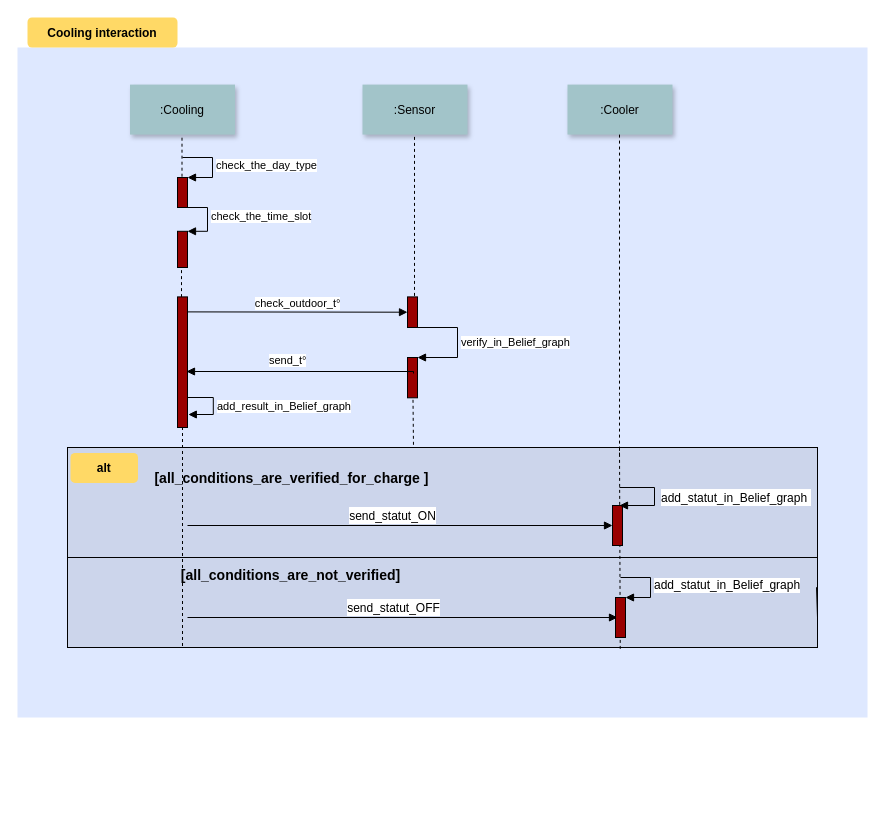
Earlier version of the draw.io diagram page "Page-1" (1 of 3) of Untitled Diagram.drawio (MiriamZawadi/-checs). Source tidied: cells renumbered, new cells numbered last; positions are measured from the earlier drawing's top-left corner, leaving out a move shared by most shapes. Both pictures are drawn from the tidied source at 100%, with x=0, y=0 at pixel (17, 17).
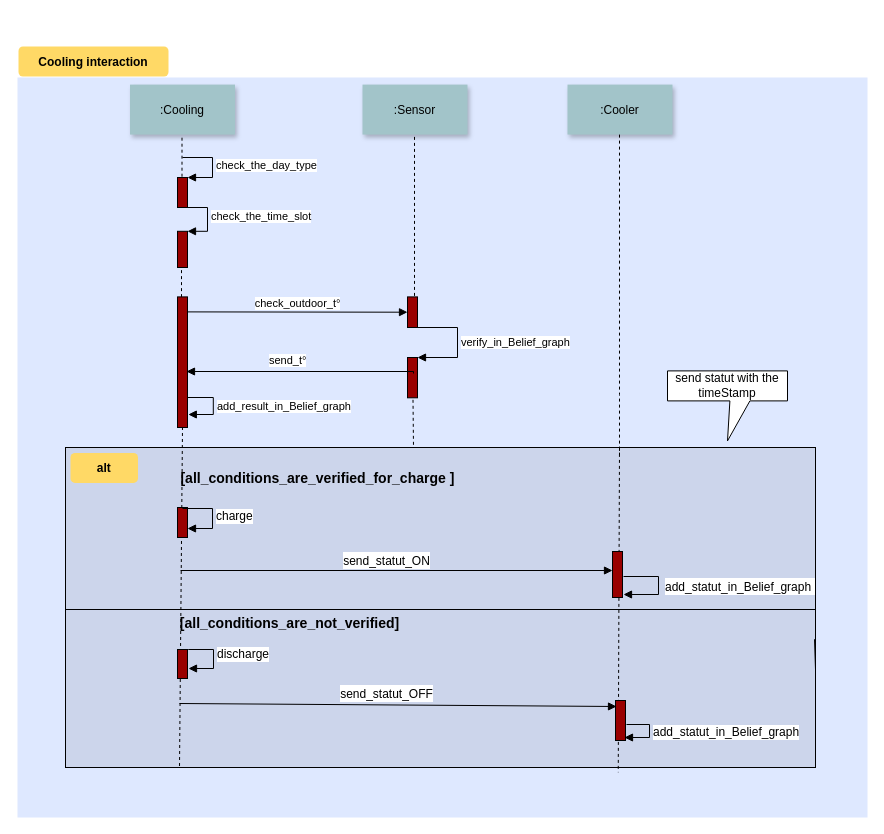
The same diagram, later.

What changed in the source:
```diff
@@
     <mxCell id="2" style="fillColor=#DEE8FF;strokeColor=none;" parent="1" vertex="1">
-      <mxGeometry y="30" width="850" height="670" as="geometry" />
+      <mxGeometry y="60" width="850" height="740" as="geometry" />
     </mxCell>
     <mxCell id="3" style="fillColor=#CCD5EB;" parent="1" vertex="1">
-      <mxGeometry x="50" y="430" width="750" height="200" as="geometry" />
+      <mxGeometry x="48" y="430" width="750" height="320" as="geometry" />
     </mxCell>
@@
     <mxCell id="9" value="Cooling interaction" style="rounded=1;fontStyle=1;fillColor=#FFD966;strokeColor=none;" parent="1" vertex="1">
-      <mxGeometry x="10" width="150" height="30" as="geometry" />
+      <mxGeometry x="1" y="29" width="150" height="30" as="geometry" />
     </mxCell>
@@
     <mxCell id="23" value="&lt;h1&gt;&lt;font style=&quot;font-size: 14px;&quot;&gt;&lt;span style=&quot;white-space: pre;&quot;&gt; &lt;span style=&quot;white-space: pre;&quot;&gt; &lt;/span&gt;&lt;/span&gt;[all_conditions_are_verified_for_charge ]&lt;/font&gt;&lt;/h1&gt;" style="text;html=1;align=center;verticalAlign=middle;fillColor=none;strokeColor=none;rounded=0;" parent="1" vertex="1">
-      <mxGeometry x="90" y="423.4" width="360" height="70" as="geometry" />
+      <mxGeometry x="116" y="423.4" width="360" height="70" as="geometry" />
     </mxCell>
-    <mxCell id="24" style="edgeStyle=none;endArrow=none;dashed=1;" parent="1" edge="1">
+    <mxCell id="24" style="edgeStyle=none;endArrow=none;dashed=1;entryX=0.152;entryY=1.003;entryDx=0;entryDy=0;entryPerimeter=0;" parent="1" edge="1" target="3">
       <mxGeometry x="74.3" y="454.5" as="geometry">
         <mxPoint x="165" y="409.5" as="sourcePoint" />
-        <mxPoint x="165" y="630" as="targetPoint" />
       </mxGeometry>
     </mxCell>
@@
-    <mxCell id="26" style="html=1;verticalAlign=bottom;endArrow=block;rounded=0;fontSize=14;fillColor=#990000;" parent="1" edge="1" target="34">
+    <mxCell id="26" style="html=1;verticalAlign=bottom;endArrow=block;rounded=0;fontSize=14;fillColor=#990000;" parent="1" edge="1">
       <mxGeometry relative="1" as="geometry">
-        <mxPoint x="170" y="508" as="sourcePoint" />
+        <mxPoint x="163" y="553" as="sourcePoint" />
+        <mxPoint x="595" y="553" as="targetPoint" />
       </mxGeometry>
     </mxCell>
@@
     <mxCell id="30" style="endArrow=none;html=1;edgeStyle=orthogonalEdgeStyle;rounded=0;fontSize=12;fillColor=#990000;" parent="1" edge="1">
       <mxGeometry relative="1" as="geometry">
-        <mxPoint x="50" y="540" as="sourcePoint" />
-        <mxPoint x="800" y="600" as="targetPoint" />
+        <mxPoint x="48" y="592" as="sourcePoint" />
+        <mxPoint x="798" y="652" as="targetPoint" />
         <Array as="points">
-          <mxPoint x="800" y="540" />
-          <mxPoint x="800" y="570" />
-          <mxPoint x="799" y="570" />
+          <mxPoint x="798" y="592" />
+          <mxPoint x="798" y="622" />
+          <mxPoint x="797" y="622" />
         </Array>
       </mxGeometry>
     </mxCell>
     <mxCell id="31" value="&lt;h1&gt;&lt;font style=&quot;font-size: 14px;&quot;&gt;[all_conditions_are_not_verified]&lt;/font&gt;&lt;/h1&gt;" style="text;html=1;align=center;verticalAlign=middle;fillColor=none;strokeColor=none;rounded=0;fontSize=12;" parent="1" vertex="1">
-      <mxGeometry x="153" y="520" width="240" height="70" as="geometry" />
+      <mxGeometry x="152" y="568" width="240" height="70" as="geometry" />
     </mxCell>
     <mxCell id="32" style="html=1;verticalAlign=bottom;endArrow=block;rounded=0;fontSize=14;fillColor=#990000;" parent="1" edge="1">
       <mxGeometry relative="1" as="geometry">
-        <mxPoint x="170" y="600" as="sourcePoint" />
-        <mxPoint x="600" y="600" as="targetPoint" />
+        <mxPoint x="162" y="686" as="sourcePoint" />
+        <mxPoint x="599" y="689" as="targetPoint" />
       </mxGeometry>
     </mxCell>
@@
-    <mxCell id="34" style="html=1;points=[];perimeter=orthogonalPerimeter;fontSize=14;strokeColor=#000000;fillColor=#990000;" parent="1" vertex="1">
-      <mxGeometry x="595" y="488" width="10" height="40" as="geometry" />
-    </mxCell>
     <mxCell id="35" style="html=1;perimeter=orthogonalPerimeter;fontSize=14;strokeColor=#000000;fillColor=#990000;" parent="1" vertex="1">
-      <mxGeometry x="595" y="488" width="10" height="40" as="geometry" />
+      <mxGeometry x="595" y="534" width="10" height="46" as="geometry" />
     </mxCell>
     <mxCell id="36" value="&lt;font style=&quot;font-size: 12px;&quot;&gt;add_statut_in_Belief_graph&lt;/font&gt;&amp;nbsp;" style="edgeStyle=orthogonalEdgeStyle;html=1;align=left;spacingLeft=2;endArrow=block;rounded=0;entryX=1;entryY=0;fontSize=14;fillColor=#990000;" parent="1" edge="1">
       <mxGeometry x="0.02" y="3" relative="1" as="geometry">
-        <mxPoint x="602" y="470" as="sourcePoint" />
-        <mxPoint x="602" y="488" as="targetPoint" />
+        <mxPoint x="606" y="559" as="sourcePoint" />
+        <mxPoint x="606" y="577" as="targetPoint" />
         <Array as="points">
-          <mxPoint x="637" y="470" />
-          <mxPoint x="637" y="488" />
+          <mxPoint x="641" y="559" />
+          <mxPoint x="641" y="577" />
         </Array>
       </mxGeometry>
     </mxCell>
     <mxCell id="37" style="html=1;points=[];perimeter=orthogonalPerimeter;fontSize=12;strokeColor=#000000;fillColor=#990000;" parent="1" vertex="1">
-      <mxGeometry x="598" y="580" width="10" height="40" as="geometry" />
+      <mxGeometry x="598" y="683" width="10" height="40" as="geometry" />
     </mxCell>
-    <mxCell id="38" value="add_statut_in_Belief_graph" style="edgeStyle=orthogonalEdgeStyle;html=1;align=left;spacingLeft=2;endArrow=block;rounded=0;entryX=1;entryY=0;fontSize=12;fillColor=#990000;" parent="1" edge="1" target="37">
+    <mxCell id="38" value="add_statut_in_Belief_graph" style="edgeStyle=orthogonalEdgeStyle;html=1;align=left;spacingLeft=2;endArrow=block;rounded=0;entryX=1;entryY=0;fontSize=12;fillColor=#990000;" parent="1" edge="1">
       <mxGeometry relative="1" as="geometry">
-        <mxPoint x="603" y="560" as="sourcePoint" />
+        <mxPoint x="609" y="707" as="sourcePoint" />
+        <mxPoint x="607" y="720" as="targetPoint" />
         <Array as="points">
-          <mxPoint x="633" y="560" />
+          <mxPoint x="632" y="707" />
+          <mxPoint x="632" y="720" />
         </Array>
       </mxGeometry>
     </mxCell>
+    <mxCell id="39" style="html=1;perimeter=orthogonalPerimeter;fillColor=#990000;" parent="1" vertex="1">
+      <mxGeometry x="160" y="632" width="10" height="29" as="geometry" />
+    </mxCell>
+    <mxCell id="40" value="&lt;font style=&quot;font-size: 12px;&quot;&gt;discharge&lt;/font&gt;" style="edgeStyle=orthogonalEdgeStyle;html=1;align=left;spacingLeft=2;endArrow=block;rounded=0;entryX=1;entryY=0;" parent="1" edge="1">
+      <mxGeometry relative="1" as="geometry">
+        <mxPoint x="161" y="632" as="sourcePoint" />
+        <mxPoint x="171" y="651" as="targetPoint" />
+        <Array as="points">
+          <mxPoint x="171" y="632" />
+          <mxPoint x="196" y="632" />
+          <mxPoint x="196" y="651" />
+        </Array>
+      </mxGeometry>
+    </mxCell>
+    <mxCell id="41" style="html=1;perimeter=orthogonalPerimeter;fillColor=#990000;" parent="1" vertex="1">
+      <mxGeometry x="160" y="490" width="10" height="30" as="geometry" />
+    </mxCell>
+    <mxCell id="42" value="&lt;font style=&quot;font-size: 12px;&quot;&gt;charge&lt;/font&gt;" style="edgeStyle=orthogonalEdgeStyle;html=1;align=left;spacingLeft=2;endArrow=block;rounded=0;entryX=1;entryY=0;" parent="1" edge="1">
+      <mxGeometry relative="1" as="geometry">
+        <mxPoint x="165" y="491" as="sourcePoint" />
+        <mxPoint x="170" y="511" as="targetPoint" />
+        <Array as="points">
+          <mxPoint x="195" y="491" />
+        </Array>
+      </mxGeometry>
+    </mxCell>
+    <mxCell id="43" value="send statut with the timeStamp" style="shape=callout;whiteSpace=wrap;html=1;perimeter=calloutPerimeter;fontSize=12;fillColor=#FFFFFF;size=40;position=0.52;" parent="1" vertex="1">
+      <mxGeometry x="650" y="353.4" width="120" height="70" as="geometry" />
+    </mxCell>
```
